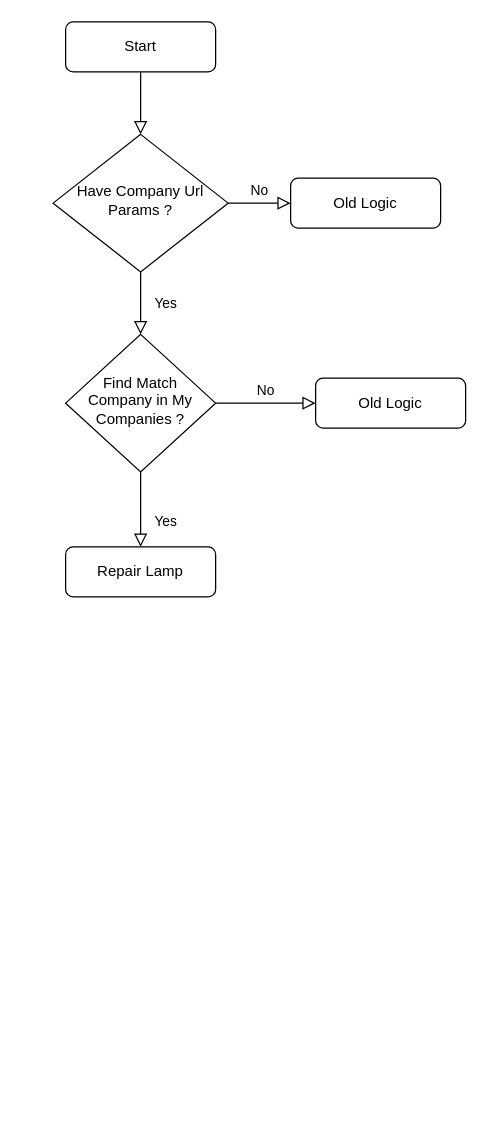
SmileSB1O1/draw-active keeps this draw.io diagram as Auto-Redirect-Flow.drawio. Above is the earlier version. Source tidied: cells renumbered, new cells numbered last; positions are measured from the earlier drawing's top-left corner, leaving out a move shared by most shapes. Both pictures are drawn from the tidied source at 125%, with x=0, y=0 at pixel (52, 21).
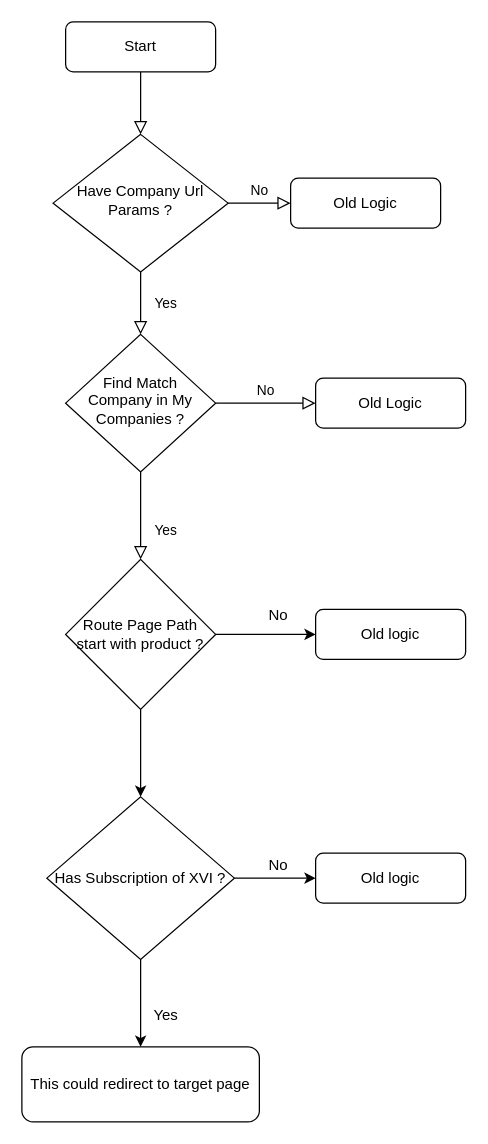
After the change.

Unchanged cells that the change refers to:
```xml
<mxCell id="10" value="Find Match Company in My Companies ?" style="rhombus;whiteSpace=wrap;html=1;shadow=0;fontFamily=Helvetica;fontSize=12;align=center;strokeWidth=1;spacing=6;spacingTop=-4;" parent="1" vertex="1">
  <mxGeometry x="10" y="250" width="120" height="110" as="geometry" />
</mxCell>
```

The edit, as a diff of the source:
```diff
@@
-    <mxCell id="8" value="Yes" style="rounded=0;html=1;jettySize=auto;fontSize=11;endArrow=block;endFill=0;endSize=8;strokeWidth=1;shadow=0;labelBackgroundColor=none;edgeStyle=orthogonalEdgeStyle;" parent="1" edge="1" source="10" target="11">
+    <mxCell id="8" value="Yes" style="rounded=0;html=1;jettySize=auto;fontSize=11;endArrow=block;endFill=0;endSize=8;strokeWidth=1;shadow=0;labelBackgroundColor=none;edgeStyle=orthogonalEdgeStyle;entryX=0.5;entryY=0;entryDx=0;entryDy=0;" parent="1" edge="1" source="10" target="15">
       <mxGeometry x="0.33" y="20" relative="1" as="geometry" />
     </mxCell>
@@
-    <mxCell id="11" value="Repair Lamp" style="rounded=1;whiteSpace=wrap;html=1;fontSize=12;glass=0;strokeWidth=1;shadow=0;" parent="1" vertex="1">
-      <mxGeometry x="10" y="420" width="120" height="40" as="geometry" />
-    </mxCell>
@@
+    <mxCell id="13" style="edgeStyle=orthogonalEdgeStyle;rounded=0;jettySize=auto;html=1;" parent="1" edge="1" source="15" target="16">
+      <mxGeometry relative="1" as="geometry" />
+    </mxCell>
+    <mxCell id="14" style="edgeStyle=orthogonalEdgeStyle;rounded=0;jettySize=auto;html=1;" parent="1" edge="1" source="15" target="20">
+      <mxGeometry relative="1" as="geometry" />
+    </mxCell>
+    <mxCell id="15" value="Route Page Path start with product ?" style="rhombus;whiteSpace=wrap;html=1;" parent="1" vertex="1">
+      <mxGeometry x="10" y="430" width="120" height="120" as="geometry" />
+    </mxCell>
+    <mxCell id="16" value="Old logic" style="rounded=1;whiteSpace=wrap;html=1;" parent="1" vertex="1">
+      <mxGeometry x="210" y="470" width="120" height="40" as="geometry" />
+    </mxCell>
+    <mxCell id="17" value="No" style="text;html=1;align=center;verticalAlign=middle;strokeColor=none;fillColor=none;" parent="1" vertex="1">
+      <mxGeometry x="160" y="460" width="40" height="30" as="geometry" />
+    </mxCell>
+    <mxCell id="18" style="edgeStyle=orthogonalEdgeStyle;rounded=0;jettySize=auto;html=1;entryX=0;entryY=0.5;entryDx=0;entryDy=0;" parent="1" edge="1" source="20" target="21">
+      <mxGeometry relative="1" as="geometry" />
+    </mxCell>
+    <mxCell id="19" style="edgeStyle=orthogonalEdgeStyle;rounded=0;jettySize=auto;html=1;" parent="1" edge="1" source="20" target="23">
+      <mxGeometry relative="1" as="geometry" />
+    </mxCell>
+    <mxCell id="20" value="Has Subscription of XVI ?" style="rhombus;whiteSpace=wrap;html=1;" parent="1" vertex="1">
+      <mxGeometry x="-5" y="620" width="150" height="130" as="geometry" />
+    </mxCell>
+    <mxCell id="21" value="Old logic" style="rounded=1;whiteSpace=wrap;html=1;" parent="1" vertex="1">
+      <mxGeometry x="210" y="665" width="120" height="40" as="geometry" />
+    </mxCell>
+    <mxCell id="22" value="No" style="text;html=1;align=center;verticalAlign=middle;strokeColor=none;fillColor=none;" parent="1" vertex="1">
+      <mxGeometry x="160" y="660" width="40" height="30" as="geometry" />
+    </mxCell>
+    <mxCell id="23" value="This could redirect to target page" style="rounded=1;whiteSpace=wrap;html=1;" parent="1" vertex="1">
+      <mxGeometry x="-25" y="820" width="190" height="60" as="geometry" />
+    </mxCell>
+    <mxCell id="24" value="Yes" style="text;html=1;align=center;verticalAlign=middle;strokeColor=none;fillColor=none;" parent="1" vertex="1">
+      <mxGeometry x="70" y="780" width="40" height="30" as="geometry" />
+    </mxCell>
```
